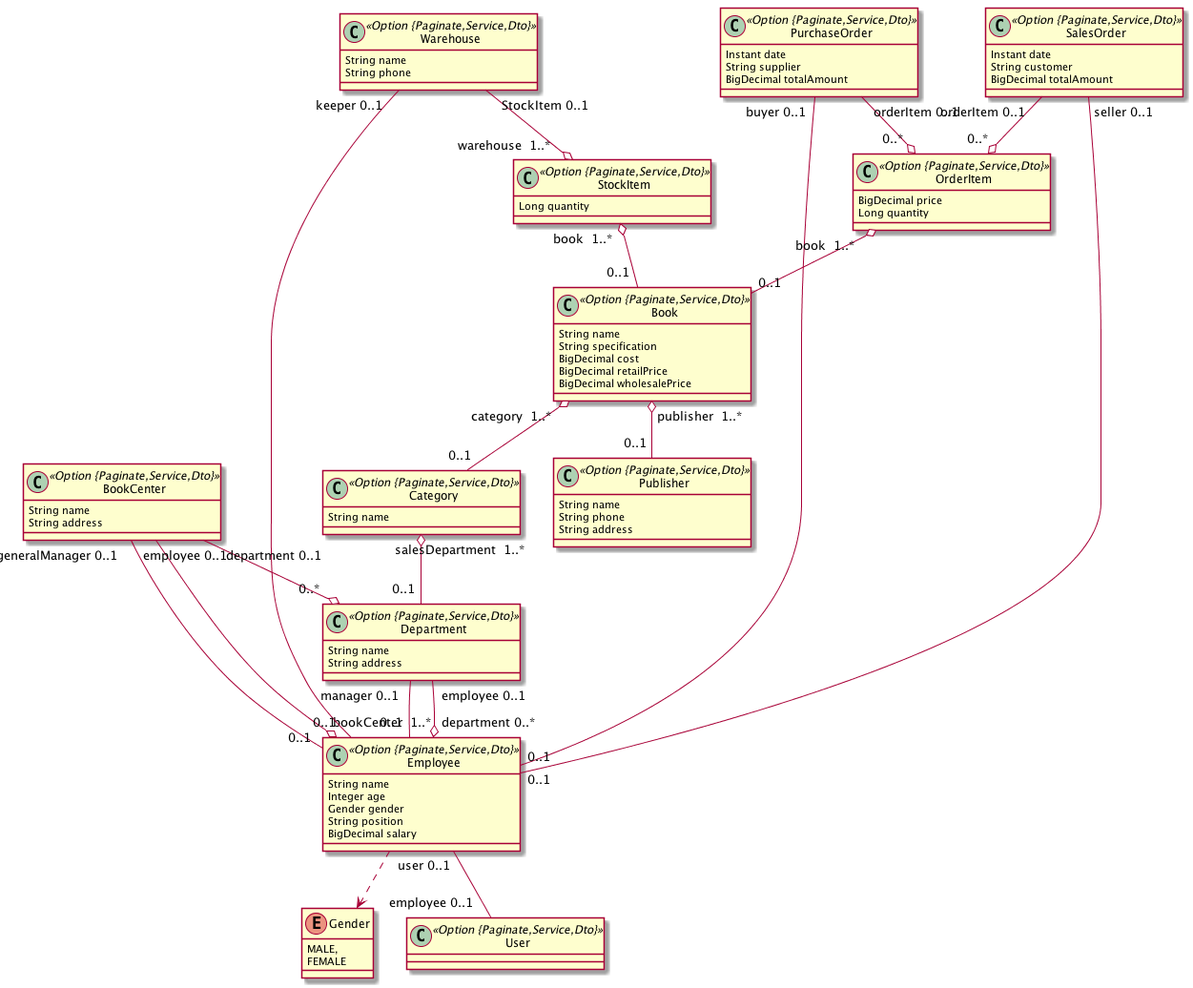
Earlier version of the PlantUML export BookCenter.png (henryL1N/bookcenter).
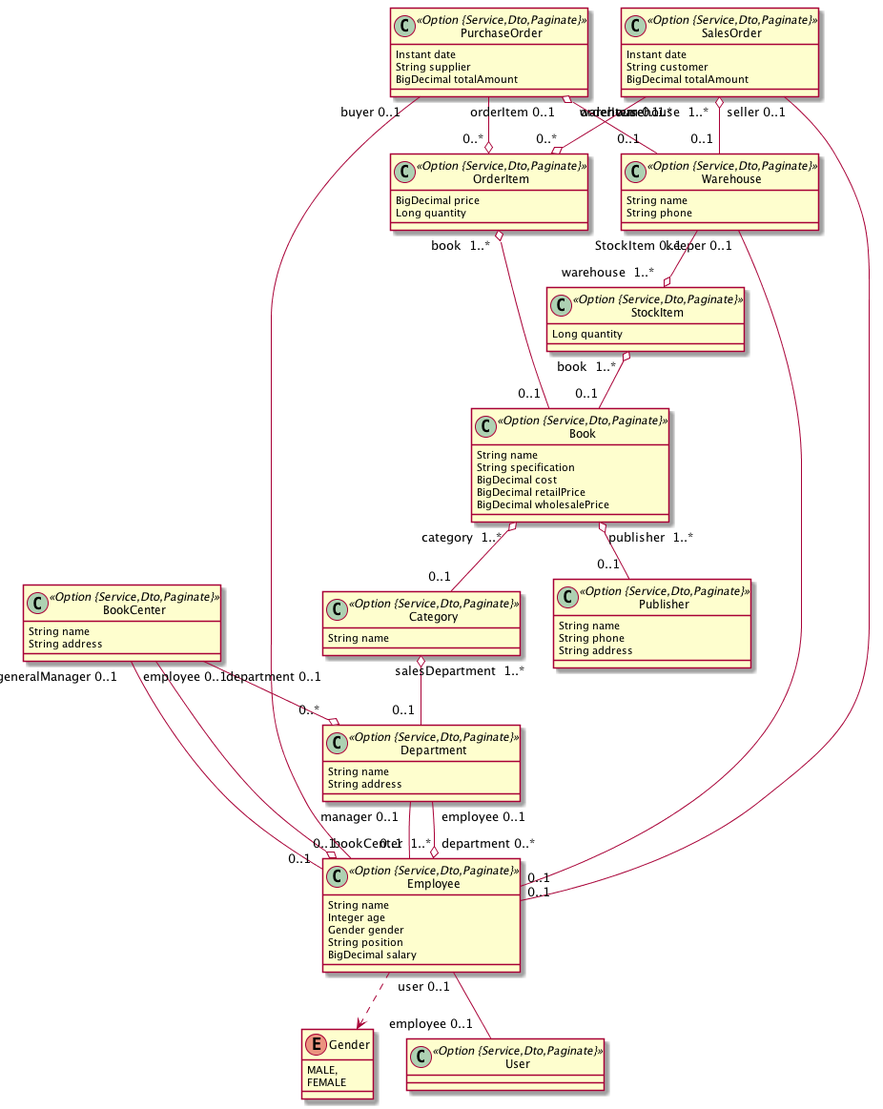
The same file after the commit.

Change to the diagram source:
```diff
@@ -1,24 +1,24 @@
 @startuml
 	!pragma syntax class
-	class Book <<Option {Paginate,Service,Dto}>> {
+	class Book <<Option {Service,Dto,Paginate}>> {
 		String name
 		String specification
 		BigDecimal cost
 		BigDecimal retailPrice
 		BigDecimal wholesalePrice
 	}
-	class BookCenter <<Option {Paginate,Service,Dto}>> {
+	class BookCenter <<Option {Service,Dto,Paginate}>> {
 		String name
 		String address
 	}
-	class Category <<Option {Paginate,Service,Dto}>> {
+	class Category <<Option {Service,Dto,Paginate}>> {
 		String name
 	}
-	class Department <<Option {Paginate,Service,Dto}>> {
+	class Department <<Option {Service,Dto,Paginate}>> {
 		String name
 		String address
 	}
-	class Employee <<Option {Paginate,Service,Dto}>> {
+	class Employee <<Option {Service,Dto,Paginate}>> {
 		String name
 		Integer age
 		Gender gender
@@ -30,29 +30,29 @@
 		MALE,
 		FEMALE
 	}
-	class Publisher <<Option {Paginate,Service,Dto}>> {
+	class Publisher <<Option {Service,Dto,Paginate}>> {
 		String name
 		String phone
 		String address
 	}
-	class StockItem <<Option {Paginate,Service,Dto}>> {
+	class StockItem <<Option {Service,Dto,Paginate}>> {
 		Long quantity
 	}
-	class Warehouse <<Option {Paginate,Service,Dto}>> {
+	class Warehouse <<Option {Service,Dto,Paginate}>> {
 		String name
 		String phone
 	}
-	class PurchaseOrder <<Option {Paginate,Service,Dto}>> {
+	class PurchaseOrder <<Option {Service,Dto,Paginate}>> {
 		Instant date
 		String supplier
 		BigDecimal totalAmount
 	}
-	class SalesOrder <<Option {Paginate,Service,Dto}>> {
+	class SalesOrder <<Option {Service,Dto,Paginate}>> {
 		Instant date
 		String customer
 		BigDecimal totalAmount
 	}
-	class OrderItem <<Option {Paginate,Service,Dto}>> {
+	class OrderItem <<Option {Service,Dto,Paginate}>> {
 		BigDecimal price
 		Long quantity
 	}
@@ -71,8 +71,10 @@
 	Category  "salesDepartment  1..* " o-- "0..1 "  Department
 	OrderItem  "book  1..* " o-- "0..1 "  Book
 	StockItem  "book  1..* " o-- "0..1 "  Book
+	PurchaseOrder  "warehouse  1..* " o-- "0..1 "  Warehouse
+	SalesOrder  "warehouse  1..* " o-- "0..1 "  Warehouse
 	Book  "publisher  1..* " o-- "0..1 "  Publisher
 	Book  "category  1..* " o-- "0..1 "  Category
-	class User <<Option {Paginate,Service,Dto}>> {
+	class User <<Option {Service,Dto,Paginate}>> {
 	}
 @enduml
```
